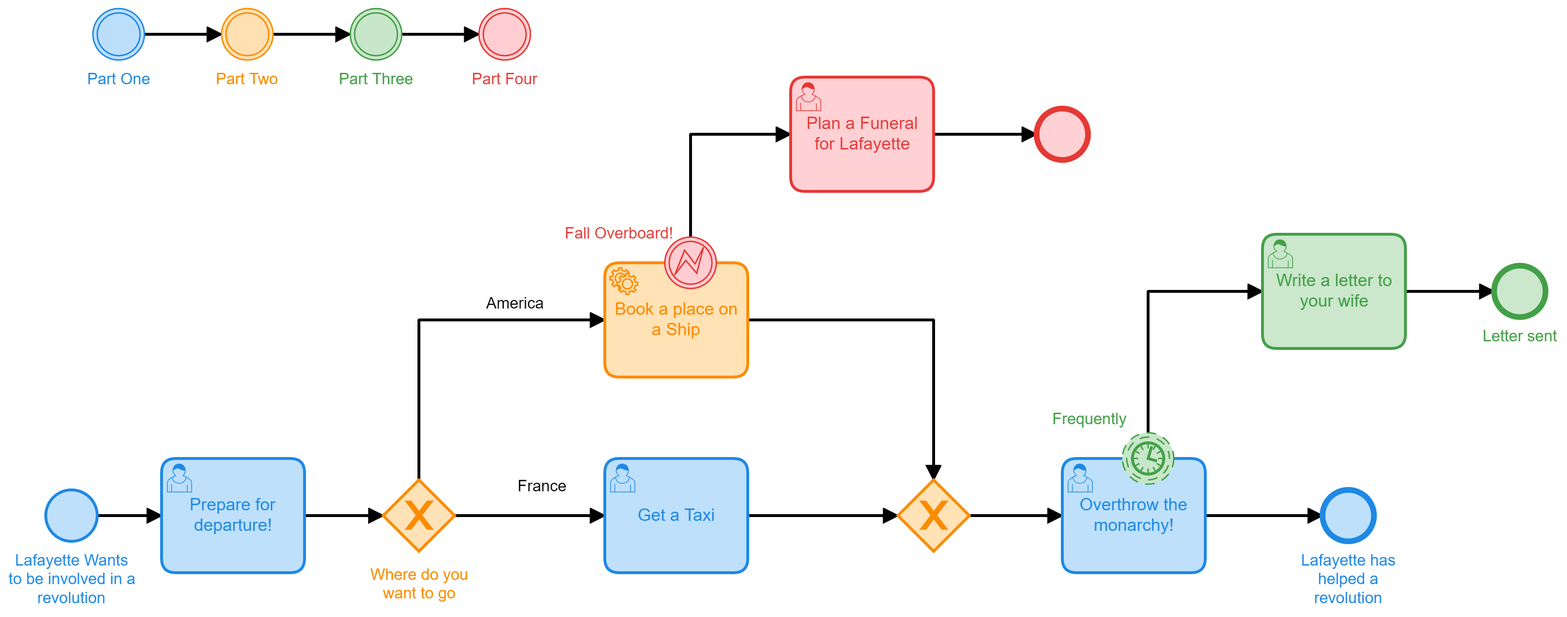
Before: src/main/resources/images/laffProcessDiagram.png, a diagram exported from BPMN (camunda-community-hub/Camunda-7-Spring-Boot-Tutorial-Lafayette). Its source is kept beside it as src/main/resources/laffProcessDiagram.bpmn. Ids are renumbered.
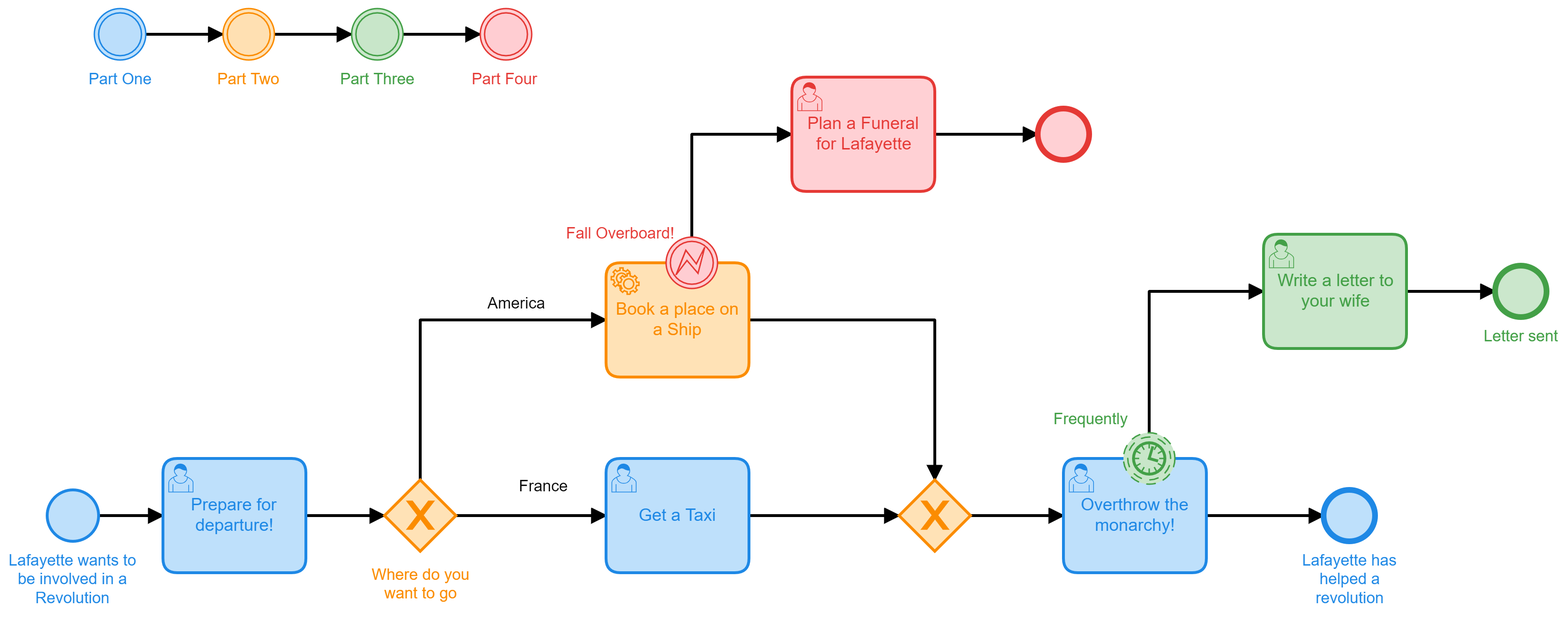
The same file after the commit.

Diff of the diagram source:
```diff
@@ -1,6 +1,6 @@
 <bpmn:definitions xmlns:bpmn="http://www.omg.org/spec/BPMN/20100524/MODEL" xmlns:bpmndi="http://www.omg.org/spec/BPMN/20100524/DI" xmlns:dc="http://www.omg.org/spec/DD/20100524/DC" xmlns:camunda="http://camunda.org/schema/1.0/bpmn" xmlns:di="http://www.omg.org/spec/DD/20100524/DI" xmlns:bioc="http://bpmn.io/schema/bpmn/biocolor/1.0" xmlns:modeler="http://camunda.org/schema/modeler/1.0" id="Definitions_n1" targetNamespace="http://bpmn.io/schema/bpmn" exporter="Camunda Modeler" exporterVersion="4.8.0" modeler:executionPlatform="Camunda Platform" modeler:executionPlatformVersion="7.15.0">
   <bpmn:process id="MoneyTest" name="MoneyTest" isExecutable="false">
-    <bpmn:startEvent id="StartEvent_1" name="Lafayette Wants to be involved in a revolution">
+    <bpmn:startEvent id="StartEvent_1" name="Lafayette wants to be involved in a Revolution">
       <bpmn:outgoing>Flow_n2</bpmn:outgoing>
     </bpmn:startEvent>
     <bpmn:endEvent id="Event_n3" name="Lafayette has helped a revolution">
@@ -159,7 +159,7 @@
       <bpmndi:BPMNShape id="_BPMNShape_StartEvent_2" bpmnElement="StartEvent_1" bioc:stroke="rgb(30, 136, 229)" bioc:fill="rgb(187, 222, 251)">
         <dc:Bounds x="179" y="419" width="36" height="36" />
         <bpmndi:BPMNLabel>
-          <dc:Bounds x="153" y="462" width="88" height="40" />
+          <dc:Bounds x="152" y="462" width="90" height="40" />
         </bpmndi:BPMNLabel>
       </bpmndi:BPMNShape>
       <bpmndi:BPMNShape id="Event_n3_di" bpmnElement="Event_n3" bioc:stroke="rgb(30, 136, 229)" bioc:fill="rgb(187, 222, 251)">
@@ -171,6 +171,9 @@
       <bpmndi:BPMNShape id="Activity_0ioy0rd_di" bpmnElement="Activity_n5" bioc:stroke="rgb(30, 136, 229)" bioc:fill="rgb(187, 222, 251)">
         <dc:Bounds x="260" y="397" width="100" height="80" />
       </bpmndi:BPMNShape>
+      <bpmndi:BPMNShape id="Activity_07htooq_di" bpmnElement="Activity_n9" bioc:stroke="rgb(251, 140, 0)" bioc:fill="rgb(255, 224, 178)">
+        <dc:Bounds x="570" y="260" width="100" height="80" />
+      </bpmndi:BPMNShape>
       <bpmndi:BPMNShape id="Gateway_n7_di" bpmnElement="Gateway_n7" isMarkerVisible="true" bioc:stroke="rgb(251, 140, 0)" bioc:fill="rgb(255, 224, 178)">
         <dc:Bounds x="415" y="412" width="50" height="50" />
         <bpmndi:BPMNLabel>
@@ -179,6 +182,9 @@
       </bpmndi:BPMNShape>
       <bpmndi:BPMNShape id="Gateway_n10_di" bpmnElement="Gateway_n10" isMarkerVisible="true" bioc:stroke="rgb(251, 140, 0)" bioc:fill="rgb(255, 224, 178)">
         <dc:Bounds x="775" y="412" width="50" height="50" />
+      </bpmndi:BPMNShape>
+      <bpmndi:BPMNShape id="Activity_1bvmi8j_di" bpmnElement="Activity_n13" bioc:stroke="rgb(30, 136, 229)" bioc:fill="rgb(187, 222, 251)">
+        <dc:Bounds x="570" y="397" width="100" height="80" />
       </bpmndi:BPMNShape>
       <bpmndi:BPMNShape id="Activity_0wrkg2i_di" bpmnElement="Activity_n20" bioc:stroke="rgb(67, 160, 71)" bioc:fill="rgb(200, 230, 201)">
         <dc:Bounds x="1030" y="240" width="100" height="80" />
@@ -191,6 +197,12 @@
       </bpmndi:BPMNShape>
       <bpmndi:BPMNShape id="Activity_1dtj4fc_di" bpmnElement="Activity_n16" bioc:stroke="rgb(30, 136, 229)" bioc:fill="rgb(187, 222, 251)">
         <dc:Bounds x="890" y="397" width="100" height="80" />
+      </bpmndi:BPMNShape>
+      <bpmndi:BPMNShape id="Event_n26_di" bpmnElement="Event_n26" bioc:stroke="rgb(229, 57, 53)" bioc:fill="rgb(255, 205, 210)">
+        <dc:Bounds x="872" y="152" width="36" height="36" />
+      </bpmndi:BPMNShape>
+      <bpmndi:BPMNShape id="Activity_1nil37w_di" bpmnElement="Activity_n28" bioc:stroke="rgb(229, 57, 53)" bioc:fill="rgb(255, 205, 210)">
+        <dc:Bounds x="700" y="130" width="100" height="80" />
       </bpmndi:BPMNShape>
       <bpmndi:BPMNShape id="Event_n29_di" bpmnElement="Event_n29" bioc:stroke="rgb(30, 136, 229)" bioc:fill="rgb(187, 222, 251)">
         <dc:Bounds x="212" y="82" width="36" height="36" />
@@ -216,17 +228,11 @@
           <dc:Bounds x="476" y="125" width="48" height="14" />
         </bpmndi:BPMNLabel>
       </bpmndi:BPMNShape>
-      <bpmndi:BPMNShape id="Activity_1bvmi8j_di" bpmnElement="Activity_n13" bioc:stroke="rgb(30, 136, 229)" bioc:fill="rgb(187, 222, 251)">
-        <dc:Bounds x="570" y="397" width="100" height="80" />
-      </bpmndi:BPMNShape>
-      <bpmndi:BPMNShape id="Activity_1nil37w_di" bpmnElement="Activity_n28" bioc:stroke="rgb(229, 57, 53)" bioc:fill="rgb(255, 205, 210)">
-        <dc:Bounds x="700" y="130" width="100" height="80" />
-      </bpmndi:BPMNShape>
-      <bpmndi:BPMNShape id="Event_n26_di" bpmnElement="Event_n26" bioc:stroke="rgb(229, 57, 53)" bioc:fill="rgb(255, 205, 210)">
-        <dc:Bounds x="872" y="152" width="36" height="36" />
-      </bpmndi:BPMNShape>
-      <bpmndi:BPMNShape id="Activity_07htooq_di" bpmnElement="Activity_n9" bioc:stroke="rgb(251, 140, 0)" bioc:fill="rgb(255, 224, 178)">
-        <dc:Bounds x="570" y="260" width="100" height="80" />
+      <bpmndi:BPMNShape id="Event_0bsn9rm_di" bpmnElement="Event_n23" bioc:stroke="rgb(229, 57, 53)" bioc:fill="rgb(255, 205, 210)">
+        <dc:Bounds x="612" y="242" width="36" height="36" />
+        <bpmndi:BPMNLabel>
+          <dc:Bounds x="542" y="233" width="76" height="14" />
+        </bpmndi:BPMNLabel>
       </bpmndi:BPMNShape>
       <bpmndi:BPMNShape id="Event_11hj7vb_di" bpmnElement="Event_n17" bioc:stroke="rgb(67, 160, 71)" bioc:fill="rgb(200, 230, 201)">
         <dc:Bounds x="932" y="379" width="36" height="36" />
@@ -234,12 +240,6 @@
           <dc:Bounds x="883" y="363" width="53" height="14" />
         </bpmndi:BPMNLabel>
       </bpmndi:BPMNShape>
-      <bpmndi:BPMNShape id="Event_0bsn9rm_di" bpmnElement="Event_n23" bioc:stroke="rgb(229, 57, 53)" bioc:fill="rgb(255, 205, 210)">
-        <dc:Bounds x="612" y="242" width="36" height="36" />
-        <bpmndi:BPMNLabel>
-          <dc:Bounds x="542" y="233" width="76" height="14" />
-        </bpmndi:BPMNLabel>
-      </bpmndi:BPMNShape>
     </bpmndi:BPMNPlane>
   </bpmndi:BPMNDiagram>
 </bpmn:definitions>
```
